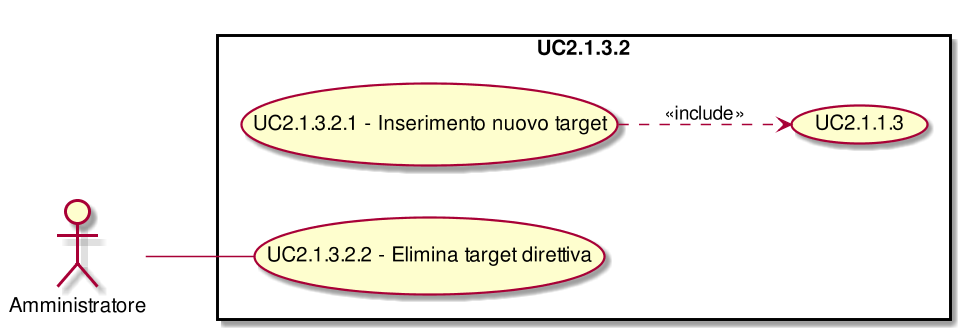
Before: RR/Esterni/AnalisiDeiRequisiti/images/UseCaseUC2132.png, a diagram exported from PlantUML (CoCodeSWE/Docs). Its diagram source:
```plantuml
@startuml
scale 1000*1000
left to right direction
skinparam packageStyle rect
:Amministratore:
rectangle UC2.1.3.2{
(UC2.1.3.2.1) ..> (UC2.1.1.3): <<include>>
( UC2.1.3.2.1 - Inserimento nuovo target ) as (UC2.1.3.2.1)
( UC2.1.3.2.2 - Elimina target direttiva ) as (UC2.1.3.2.2)
:Amministratore:--(UC2.1.3.2.2)
}
@enduml
```
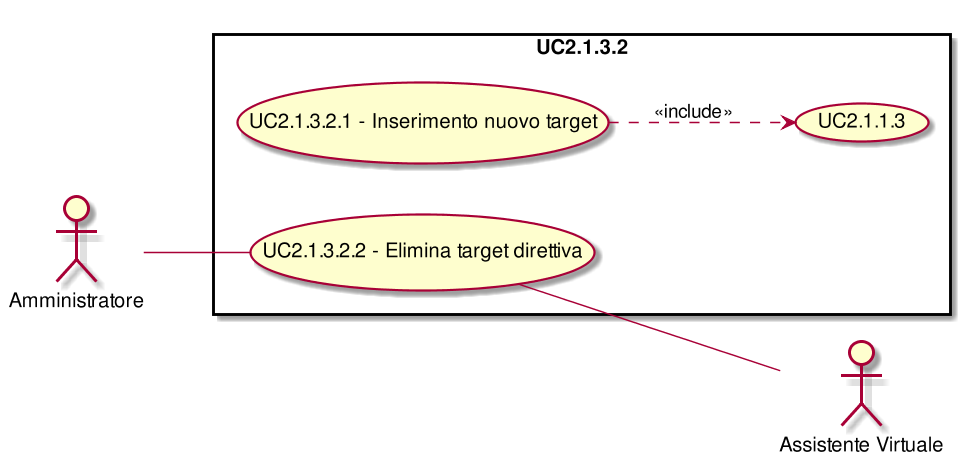
Later version of the same file.

Change to the diagram source:
```diff
@@ -3,10 +3,14 @@
 left to right direction
 skinparam packageStyle rect
 :Amministratore:
+:Assistente Virtuale:
 rectangle UC2.1.3.2{
 (UC2.1.3.2.1) ..> (UC2.1.1.3): <<include>>
 ( UC2.1.3.2.1 - Inserimento nuovo target ) as (UC2.1.3.2.1)
+( UC2.1.3.2.1 - Inserimento nuovo target ) as (UC2.1.3.2.1)
 ( UC2.1.3.2.2 - Elimina target direttiva ) as (UC2.1.3.2.2)
 :Amministratore:--(UC2.1.3.2.2)
+( UC2.1.3.2.2 - Elimina target direttiva ) as (UC2.1.3.2.2)
+(UC2.1.3.2.2)--:Assistente Virtuale:
 }
 @enduml
```
